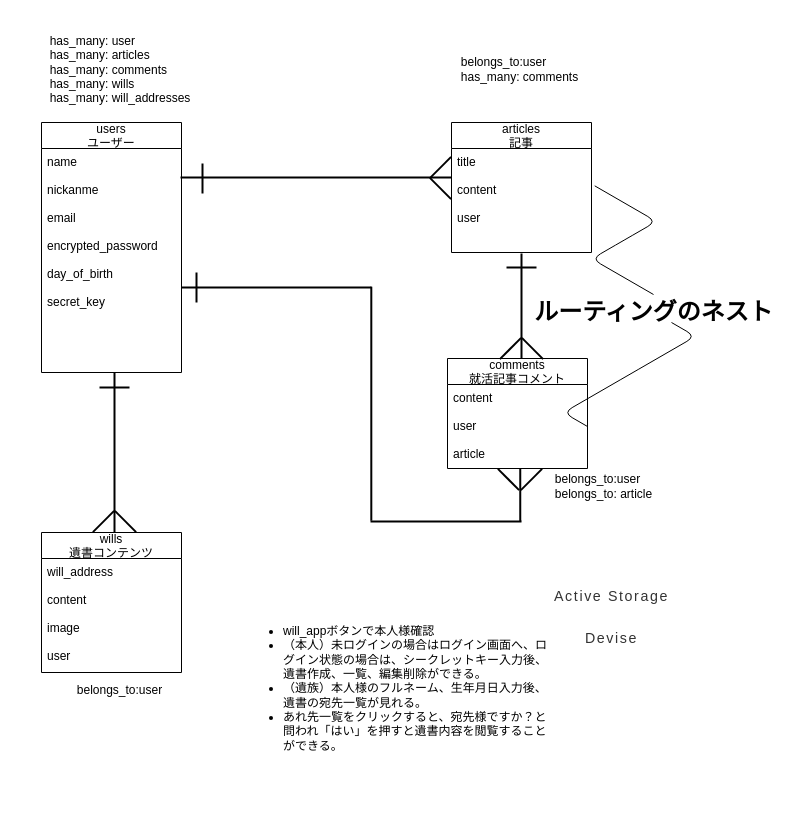
tatsuaki1234/will_app keeps this draw.io diagram as will_app.dio. Above is the earlier version. Source tidied: cells renumbered, new cells numbered last; positions are measured from the earlier drawing's top-left corner, leaving out a move shared by most shapes. Both pictures are drawn from the tidied source at 100%, with x=0, y=0 at pixel (17, 17).
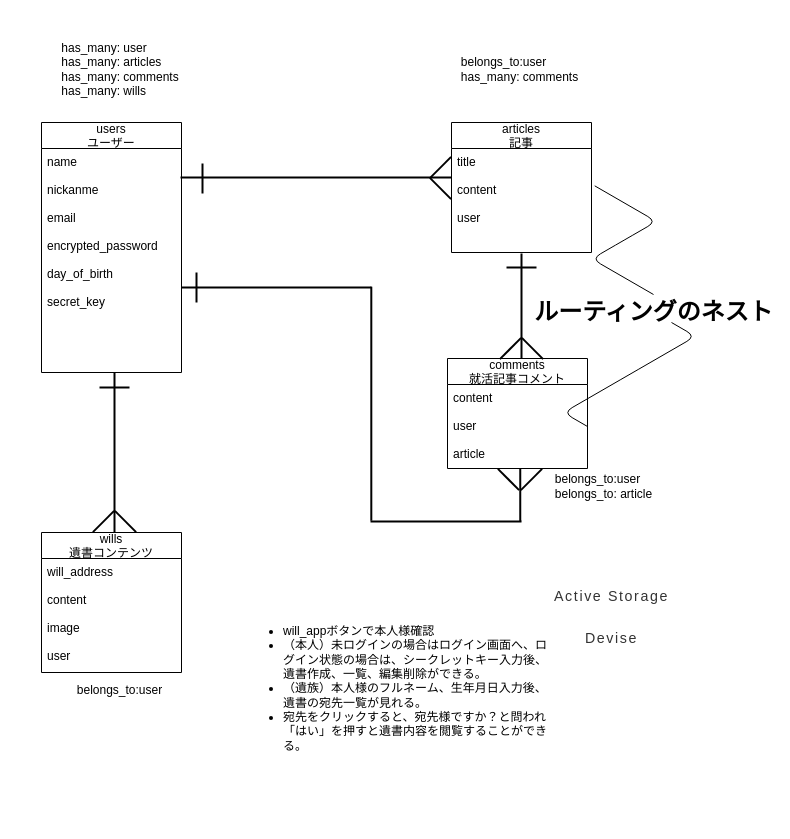
The same diagram, later.

The edit, as a diff of the source:
```diff
@@
-    <mxCell id="34" value="&lt;div style=&quot;text-align: left&quot;&gt;&lt;br&gt;&lt;/div&gt;&lt;div style=&quot;text-align: left&quot;&gt;&lt;span&gt;has_many: user&lt;/span&gt;&lt;/div&gt;&lt;div style=&quot;text-align: left&quot;&gt;&lt;span&gt;has_many: articles&lt;/span&gt;&lt;/div&gt;&lt;div style=&quot;text-align: left&quot;&gt;&lt;span&gt;has_many: comments&lt;/span&gt;&lt;/div&gt;&lt;div style=&quot;text-align: left&quot;&gt;&lt;span&gt;has_many: wills&lt;/span&gt;&lt;/div&gt;&lt;div style=&quot;text-align: left&quot;&gt;&lt;span&gt;has_many: will_addresses&lt;/span&gt;&lt;/div&gt;" style="text;html=1;strokeColor=none;fillColor=none;align=center;verticalAlign=middle;whiteSpace=wrap;overflow=hidden;" parent="1" vertex="1">
+    <mxCell id="34" value="&lt;div style=&quot;text-align: left&quot;&gt;&lt;br&gt;&lt;/div&gt;&lt;div style=&quot;text-align: left&quot;&gt;&lt;span&gt;has_many: user&lt;/span&gt;&lt;/div&gt;&lt;div style=&quot;text-align: left&quot;&gt;&lt;span&gt;has_many: articles&lt;/span&gt;&lt;/div&gt;&lt;div style=&quot;text-align: left&quot;&gt;&lt;span&gt;has_many: comments&lt;/span&gt;&lt;/div&gt;&lt;div style=&quot;text-align: left&quot;&gt;&lt;span&gt;has_many: wills&lt;/span&gt;&lt;/div&gt;" style="text;html=1;strokeColor=none;fillColor=none;align=center;verticalAlign=middle;whiteSpace=wrap;overflow=hidden;" parent="1" vertex="1">
       <mxGeometry x="-0.5" width="206" height="90" as="geometry" />
     </mxCell>
@@
-    <mxCell id="38" value="&lt;ul&gt;&lt;li&gt;will_appボタンで本人様確認&lt;/li&gt;&lt;li&gt;（本人）未ログインの場合はログイン画面へ、ログイン状態の場合は、シークレットキー入力後、遺書作成、一覧、編集削除ができる。&lt;/li&gt;&lt;li&gt;（遺族）本人様のフルネーム、生年月日入力後、遺書の宛先一覧が見れる。&lt;/li&gt;&lt;li&gt;あれ先一覧をクリックすると、宛先様ですか？と問われ「はい」を押すと遺書内容を閲覧することができる。&lt;/li&gt;&lt;/ul&gt;" style="text;strokeColor=none;fillColor=none;html=1;whiteSpace=wrap;verticalAlign=middle;overflow=hidden;" parent="1" vertex="1">
+    <mxCell id="38" value="&lt;ul&gt;&lt;li&gt;will_appボタンで本人様確認&lt;/li&gt;&lt;li&gt;（本人）未ログインの場合はログイン画面へ、ログイン状態の場合は、シークレットキー入力後、遺書作成、一覧、編集削除ができる。&lt;/li&gt;&lt;li&gt;（遺族）本人様のフルネーム、生年月日入力後、遺書の宛先一覧が見れる。&lt;/li&gt;&lt;li&gt;宛先をクリックすると、宛先様ですか？と問われ「はい」を押すと遺書内容を閲覧することができる。&lt;/li&gt;&lt;/ul&gt;" style="text;strokeColor=none;fillColor=none;html=1;whiteSpace=wrap;verticalAlign=middle;overflow=hidden;" parent="1" vertex="1">
       <mxGeometry x="224" y="536" width="310" height="269" as="geometry" />
     </mxCell>
```
